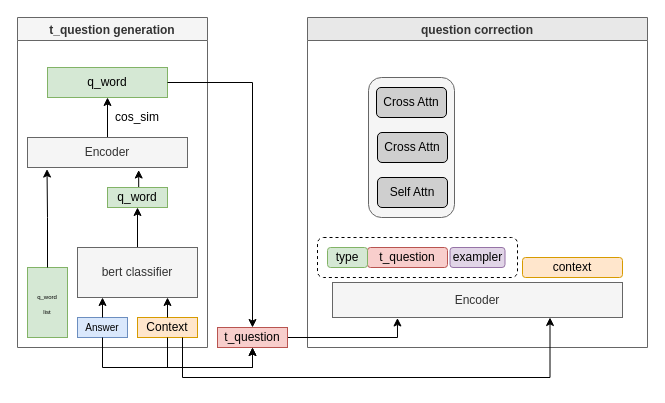
FantasyoO666/open-ended_question_ontology keeps this draw.io diagram as allQG model .drawio. Above is the earlier version. Source tidied: cells renumbered, new cells numbered last; positions are measured from the earlier drawing's top-left corner, leaving out a move shared by most shapes. Both pictures are drawn from the tidied source at 100%, with x=0, y=0 at pixel (17, 17).
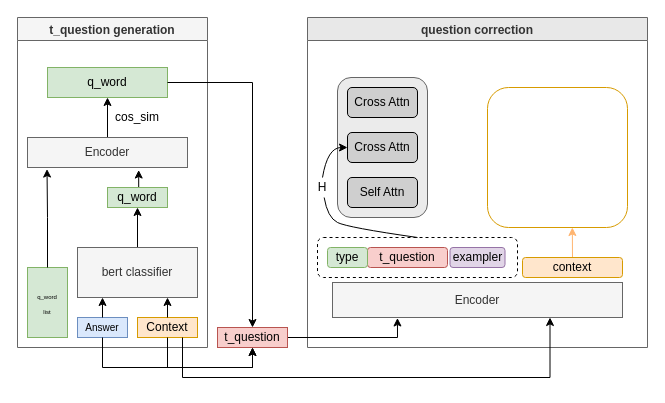
After the change.

Unchanged cells that the change refers to:
```xml
<mxCell id="16" value="question correction" style="swimlane;strokeColor=#666666;fontColor=#333333;fillColor=#E8E8E8;" parent="1" vertex="1">
  <mxGeometry x="290" width="340" height="330" as="geometry" />
</mxCell>
<mxCell id="19" value="context" style="rounded=1;whiteSpace=wrap;html=1;fillColor=#ffe6cc;strokeColor=#d79b00;" parent="16" vertex="1">
  <mxGeometry x="215" y="240" width="100" height="20" as="geometry" />
</mxCell>
<mxCell id="21" style="rounded=1;whiteSpace=wrap;html=1;fillColor=none;dashed=1;" parent="16" vertex="1">
  <mxGeometry x="10" y="220" width="200" height="40" as="geometry" />
</mxCell>
```

The edit, as a diff of the source:
```diff
@@
+    <mxCell id="34" style="edgeStyle=orthogonalEdgeStyle;rounded=0;jettySize=auto;html=1;exitX=0.5;exitY=0;exitDx=0;exitDy=0;entryX=0.606;entryY=1;entryDx=0;entryDy=0;entryPerimeter=0;strokeColor=#FFB570;" parent="16" edge="1" source="19" target="37">
+      <mxGeometry relative="1" as="geometry" />
+    </mxCell>
@@
-    <mxCell id="23" style="rounded=1;whiteSpace=wrap;html=1;fillColor=#f5f5f5;strokeColor=#666666;fontColor=#333333;" parent="16" vertex="1">
-      <mxGeometry x="61" y="60" width="86" height="140" as="geometry" />
+    <mxCell id="23" style="rounded=1;whiteSpace=wrap;html=1;strokeColor=#666666;fontColor=#333333;fillColor=#EBEBEB;" parent="16" vertex="1">
+      <mxGeometry x="30" y="60" width="90" height="140" as="geometry" />
     </mxCell>
     <mxCell id="24" value="Self Attn" style="rounded=1;whiteSpace=wrap;html=1;fillColor=#CFCFCF;" parent="16" vertex="1">
-      <mxGeometry x="70" y="160" width="70" height="30" as="geometry" />
+      <mxGeometry x="40" y="160" width="70" height="30" as="geometry" />
     </mxCell>
     <mxCell id="25" value="Cross Attn" style="rounded=1;whiteSpace=wrap;html=1;fillColor=#CFCFCF;" parent="16" vertex="1">
-      <mxGeometry x="70" y="115" width="70" height="30" as="geometry" />
+      <mxGeometry x="40" y="115" width="70" height="30" as="geometry" />
     </mxCell>
     <mxCell id="26" value="Cross Attn" style="rounded=1;whiteSpace=wrap;html=1;fillColor=#CFCFCF;" parent="16" vertex="1">
-      <mxGeometry x="69" y="70" width="70" height="30" as="geometry" />
+      <mxGeometry x="40" y="70" width="70" height="30" as="geometry" />
     </mxCell>
+    <mxCell id="35" value="H" style="rounded=1;whiteSpace=wrap;html=1;strokeColor=none;fillColor=none;" parent="16" vertex="1">
+      <mxGeometry y="160" width="30" height="20" as="geometry" />
+    </mxCell>
+    <mxCell id="36" style="curved=1;endArrow=none;html=1;exitX=0.5;exitY=0;exitDx=0;exitDy=0;" parent="16" edge="1" source="21" target="35">
+      <mxGeometry relative="1" as="geometry">
+        <Array as="points">
+          <mxPoint x="40" y="210" />
+          <mxPoint x="20" y="200" />
+        </Array>
+      </mxGeometry>
+    </mxCell>
+    <mxCell id="37" style="rounded=1;whiteSpace=wrap;html=1;strokeColor=#d79b00;fillColor=none;" parent="16" vertex="1">
+      <mxGeometry x="180" y="70" width="140" height="140" as="geometry" />
+    </mxCell>
@@
+    <mxCell id="38" style="curved=1;endArrow=classic;html=1;exitX=0.5;exitY=0;exitDx=0;exitDy=0;startArrow=none;" parent="1" edge="1" source="35">
+      <mxGeometry relative="1" as="geometry">
+        <mxPoint x="330" y="130" as="targetPoint" />
+        <Array as="points">
+          <mxPoint x="310" y="130" />
+        </Array>
+      </mxGeometry>
+    </mxCell>
```
